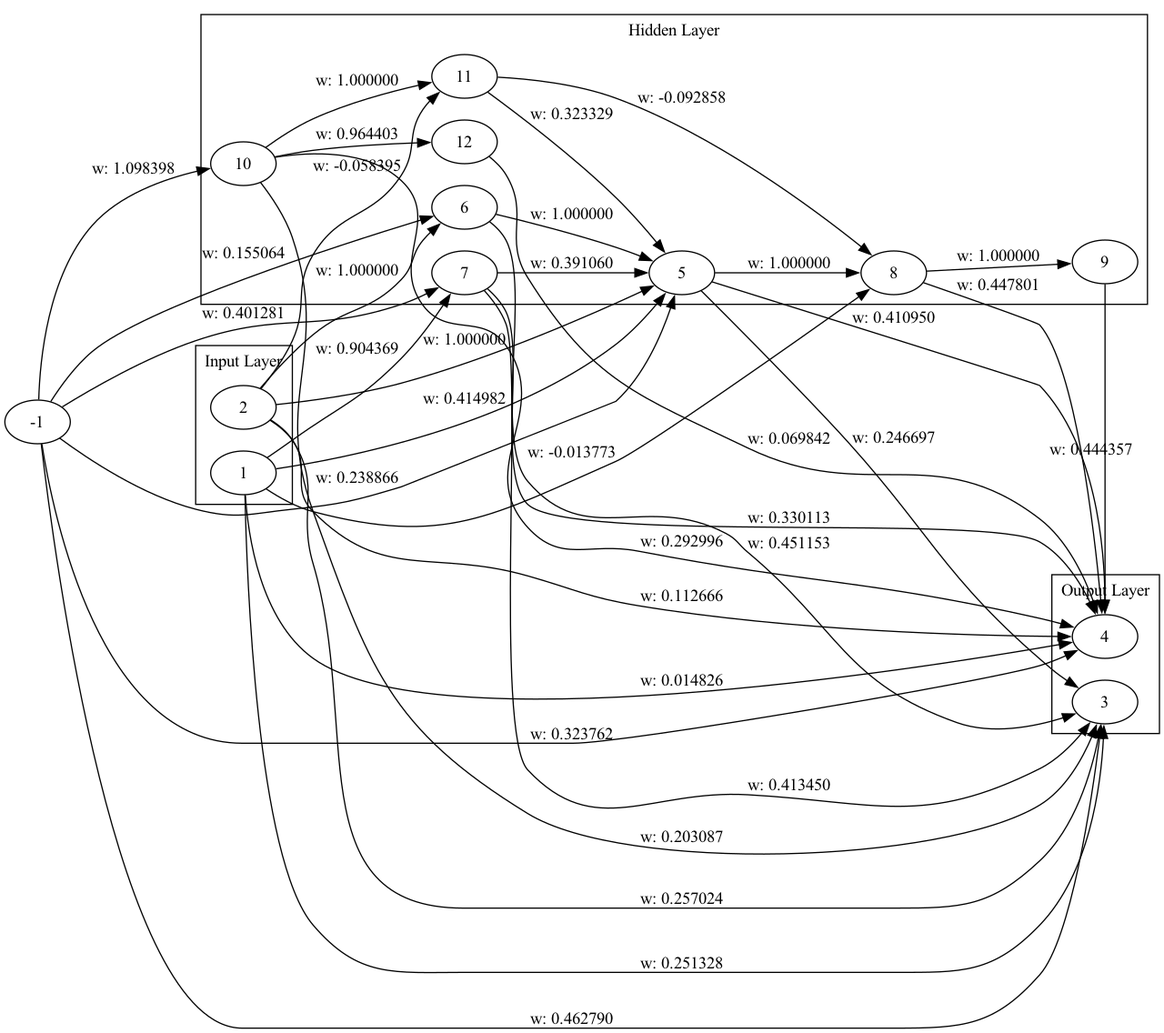
Above: genome_graph.png in malikAkurtz/TradingSystem (Graphviz), before the change. Its source is kept beside it as genome_graph.dot.
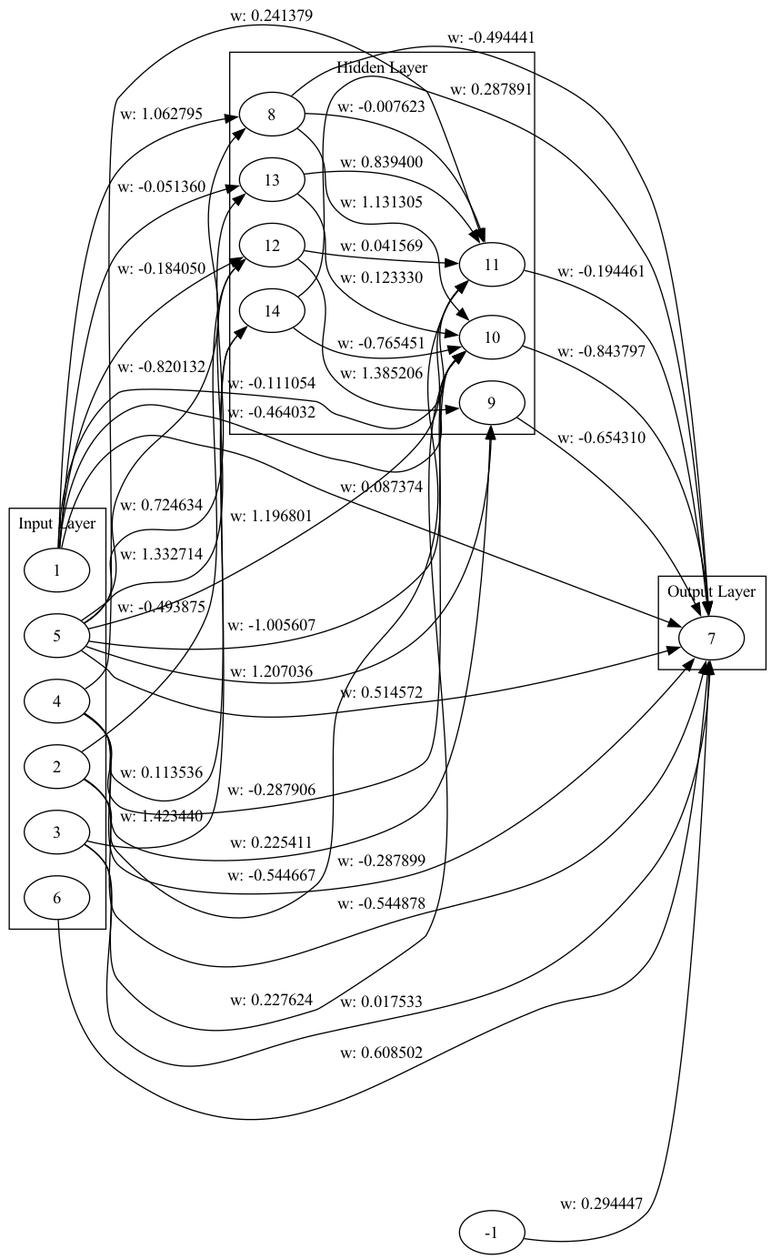
After the commit.

What changed in the source:
```diff
@@ -4,55 +4,61 @@
     label="Input Layer";
     1;
     2;
+    3;
+    4;
+    5;
+    6;
   }
   subgraph cluster_1 {
     label="Hidden Layer";
-    5;
-    6;
-    7;
     8;
     9;
     10;
     11;
     12;
+    13;
+    14;
   }
   subgraph cluster_2 {
     label="Output Layer";
-    3;
-    4;
+    7;
   }
-  1 -> 3 [label="w: 0.251328"];
-  1 -> 4 [label="w: 0.014826"];
-  2 -> 3 [label="w: 0.257024"];
-  2 -> 4 [label="w: 0.112666"];
-  -1 -> 3 [label="w: 0.462790"];
-  -1 -> 4 [label="w: 0.323762"];
-  2 -> 5 [label="w: 1.000000"];
-  5 -> 3 [label="w: 0.246697"];
-  5 -> 4 [label="w: 0.410950"];
-  1 -> 5 [label="w: 0.414982"];
-  2 -> 6 [label="w: 1.000000"];
-  6 -> 5 [label="w: 1.000000"];
-  1 -> 7 [label="w: 0.904369"];
-  7 -> 5 [label="w: 0.391060"];
-  7 -> 4 [label="w: 0.330113"];
-  7 -> 3 [label="w: 0.413450"];
-  5 -> 8 [label="w: 1.000000"];
-  8 -> 4 [label="w: 0.447801"];
-  1 -> 8 [label="w: -0.013773"];
-  8 -> 9 [label="w: 1.000000"];
-  9 -> 4 [label="w: 0.444357"];
-  6 -> 3 [label="w: 0.451153"];
-  -1 -> 10 [label="w: 1.098398"];
-  10 -> 4 [label="w: 0.292996"];
-  -1 -> 5 [label="w: 0.238866"];
-  10 -> 11 [label="w: 1.000000"];
-  11 -> 5 [label="w: 0.323329"];
-  10 -> 3 [label="w: 0.203087"];
-  -1 -> 6 [label="w: 0.155064"];
-  11 -> 8 [label="w: -0.092858"];
-  -1 -> 7 [label="w: 0.401281"];
-  10 -> 12 [label="w: 0.964403"];
-  12 -> 4 [label="w: 0.069842"];
-  2 -> 11 [label="w: -0.058395"];
+  1 -> 7 [label="w: 0.087374"];
+  2 -> 7 [label="w: -0.544878"];
+  3 -> 7 [label="w: 0.017533"];
+  4 -> 7 [label="w: -0.287899"];
+  5 -> 7 [label="w: 0.514572"];
+  6 -> 7 [label="w: 0.608502"];
+  -1 -> 7 [label="w: 0.294447"];
+  1 -> 8 [label="w: 1.062795"];
+  8 -> 7 [label="w: -0.494441"];
+  5 -> 8 [label="w: -0.820132"];
+  5 -> 9 [label="w: 1.207036"];
+  9 -> 7 [label="w: -0.654310"];
+  8 -> 10 [label="w: 1.131305"];
+  10 -> 7 [label="w: -0.843797"];
+  1 -> 10 [label="w: -0.464032"];
+  5 -> 11 [label="w: 1.196801"];
+  11 -> 7 [label="w: -0.194461"];
+  5 -> 12 [label="w: 1.332714"];
+  12 -> 9 [label="w: 1.385206"];
+  2 -> 12 [label="w: -0.493875"];
+  5 -> 10 [label="w: -1.005607"];
+  1 -> 11 [label="w: -0.111054"];
+  3 -> 10 [label="w: 0.227624"];
+  4 -> 9 [label="w: 0.225411"];
+  5 -> 13 [label="w: 0.724634"];
+  13 -> 11 [label="w: 0.839400"];
+  4 -> 11 [label="w: 0.241379"];
+  2 -> 11 [label="w: -0.544667"];
+  1 -> 12 [label="w: -0.184050"];
+  4 -> 10 [label="w: -0.287906"];
+  3 -> 14 [label="w: 1.423440"];
+  14 -> 7 [label="w: 0.287891"];
+  14 -> 10 [label="w: -0.765451"];
+  13 -> 10 [label="w: 0.123330"];
+  4 -> 14 [label="w: 0.113536"];
+  12 -> 11 [label="w: 0.041569"];
+  8 -> 11 [label="w: -0.007623"];
+  1 -> 13 [label="w: -0.051360"];
 }
```
